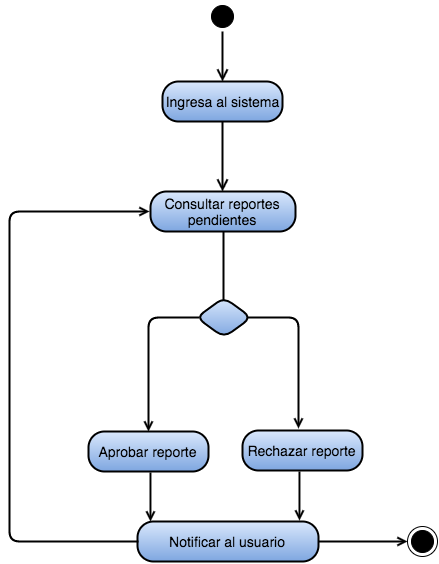
The draw.io diagram imagenes/actividades_revisar_reporte.png in susana1710/libro-pasantia, before a commit. Source tidied: cells renumbered, new cells last; positions are measured from the earlier drawing's top-left corner, leaving out a move shared by most shapes. Its diagram source:
```xml
<mxGraphModel background="#ffffff">
  <root>
    <mxCell id="0" />
    <mxCell id="1" parent="0" />
    <mxCell id="2" style="ellipse;html=1;shape=startState;fillColor=#000000;strokeColor=#000000;rounded=1;shadow=0;glass=0;comic=0;fontSize=14;" parent="1" vertex="1">
      <mxGeometry x="198" width="30" height="30" as="geometry" />
    </mxCell>
    <mxCell id="3" style="edgeStyle=orthogonalEdgeStyle;html=1;verticalAlign=bottom;endArrow=open;endSize=8;strokeColor=#000000;fontSize=14;strokeWidth=2;" parent="1" edge="1" source="2">
      <mxGeometry x="285" y="40" as="geometry">
        <mxPoint x="213" y="80" as="targetPoint" />
      </mxGeometry>
    </mxCell>
    <mxCell id="4" value="Ingresa al sistema" style="rounded=1;whiteSpace=wrap;html=1;arcSize=40;shadow=0;glass=0;comic=0;fontSize=14;strokeWidth=2;plain-blue;strokeColor=#000000;" parent="1" vertex="1">
      <mxGeometry x="153" y="80" width="120" height="40" as="geometry" />
    </mxCell>
    <mxCell id="5" style="edgeStyle=orthogonalEdgeStyle;html=1;verticalAlign=bottom;endArrow=open;endSize=8;strokeColor=#000000;fontSize=14;strokeWidth=2;" parent="1" edge="1" source="4">
      <mxGeometry x="285" y="140" as="geometry">
        <mxPoint x="213" y="190" as="targetPoint" />
      </mxGeometry>
    </mxCell>
    <mxCell id="6" value="Consultar reportes pendientes" style="rounded=1;whiteSpace=wrap;html=1;arcSize=40;shadow=0;glass=0;comic=0;fontSize=14;strokeWidth=2;plain-blue;strokeColor=#000000;" parent="1" vertex="1">
      <mxGeometry x="141" y="190" width="145" height="40" as="geometry" />
    </mxCell>
    <mxCell id="7" style="edgeStyle=orthogonalEdgeStyle;html=1;verticalAlign=bottom;endArrow=none;endSize=8;strokeColor=#000000;fontSize=14;strokeWidth=2;endFill=0;entryX=0.5;entryY=0;" parent="1" edge="1">
      <mxGeometry x="273" y="250" as="geometry">
        <mxPoint x="214" y="230" as="sourcePoint" />
        <mxPoint x="214" y="299" as="targetPoint" />
      </mxGeometry>
    </mxCell>
    <mxCell id="8" style="rhombus;whiteSpace=wrap;html=1;rounded=1;shadow=0;glass=0;comic=0;strokeWidth=2;fontSize=14;plain-blue;strokeColor=#000000;" parent="1" vertex="1">
      <mxGeometry x="187" y="296" width="55" height="40" as="geometry" />
    </mxCell>
    <mxCell id="9" style="endArrow=open;html=1;strokeColor=#000000;strokeWidth=2;fontSize=14;endFill=0;" parent="1" edge="1">
      <mxGeometry x="310" y="336" as="geometry">
        <mxPoint x="238" y="316" as="sourcePoint" />
        <mxPoint x="289" y="427" as="targetPoint" />
        <Array as="points">
          <mxPoint x="289" y="316" />
        </Array>
      </mxGeometry>
    </mxCell>
    <mxCell id="10" value="Rechazar reporte" style="rounded=1;whiteSpace=wrap;html=1;arcSize=40;shadow=0;glass=0;comic=0;fontSize=14;strokeWidth=2;plain-blue;strokeColor=#000000;" parent="1" vertex="1">
      <mxGeometry x="233" y="429" width="120" height="40" as="geometry" />
    </mxCell>
    <mxCell id="11" style="ellipse;html=1;shape=endState;fillColor=#000000;strokeColor=#000000;rounded=1;shadow=0;glass=0;comic=0;fontSize=14;" parent="1" vertex="1">
      <mxGeometry x="398" y="525" width="30" height="30" as="geometry" />
    </mxCell>
    <mxCell id="12" style="endArrow=open;html=1;strokeColor=#000000;strokeWidth=2;fontSize=14;exitX=0;exitY=0.5;entryX=0.5;entryY=0;endFill=0;" parent="1" edge="1" target="13">
      <mxGeometry relative="1" as="geometry">
        <mxPoint x="190" y="316" as="sourcePoint" />
        <Array as="points">
          <mxPoint x="139" y="316" />
          <mxPoint x="139" y="380" />
        </Array>
      </mxGeometry>
    </mxCell>
    <mxCell id="13" value="Aprobar reporte" style="rounded=1;whiteSpace=wrap;html=1;arcSize=40;shadow=0;glass=0;comic=0;fontSize=14;strokeWidth=2;plain-blue;strokeColor=#000000;" parent="1" vertex="1">
      <mxGeometry x="79" y="430" width="120" height="40" as="geometry" />
    </mxCell>
    <mxCell id="14" style="endArrow=open;html=1;strokeColor=#000000;strokeWidth=2;fontSize=14;exitX=0.433;exitY=1.025;exitPerimeter=0;endFill=0;" parent="1" edge="1">
      <mxGeometry relative="1" as="geometry">
        <mxPoint x="141" y="471" as="sourcePoint" />
        <mxPoint x="141" y="520" as="targetPoint" />
      </mxGeometry>
    </mxCell>
    <mxCell id="15" style="endArrow=open;html=1;strokeColor=#000000;strokeWidth=2;fontSize=14;exitX=0.433;exitY=1.025;exitPerimeter=0;endFill=0;" parent="1" edge="1">
      <mxGeometry x="362" y="490" as="geometry">
        <mxPoint x="290" y="470" as="sourcePoint" />
        <mxPoint x="290" y="519" as="targetPoint" />
      </mxGeometry>
    </mxCell>
    <mxCell id="16" value="Notificar al usuario" style="rounded=1;whiteSpace=wrap;html=1;arcSize=40;shadow=0;glass=0;comic=0;fontSize=14;strokeWidth=2;plain-blue;strokeColor=#000000;" parent="1" vertex="1">
      <mxGeometry x="128" y="520" width="181" height="40" as="geometry" />
    </mxCell>
    <mxCell id="17" style="endArrow=open;html=1;strokeColor=#000000;strokeWidth=2;fontSize=14;exitX=1;exitY=0.5;entryX=0;entryY=0.5;endFill=0;" parent="1" edge="1" source="16" target="11">
      <mxGeometry relative="1" as="geometry" />
    </mxCell>
    <mxCell id="18" style="endArrow=open;html=1;strokeColor=#000000;strokeWidth=2;fontSize=14;exitX=0;exitY=0.5;endFill=0;" parent="1" edge="1">
      <mxGeometry relative="1" as="geometry">
        <mxPoint x="129" y="540" as="sourcePoint" />
        <mxPoint x="140" y="210" as="targetPoint" />
        <Array as="points">
          <mxPoint y="540" />
          <mxPoint y="210" />
        </Array>
      </mxGeometry>
    </mxCell>
  </root>
</mxGraphModel>
```
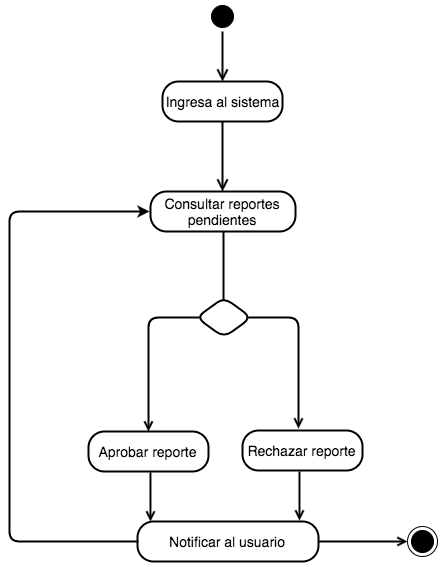
Later version of the same file.

What changed in the source:
```diff
@@ -10,7 +10,7 @@
         <mxPoint x="213" y="80" as="targetPoint" />
       </mxGeometry>
     </mxCell>
-    <mxCell id="4" value="Ingresa al sistema" style="rounded=1;whiteSpace=wrap;html=1;arcSize=40;shadow=0;glass=0;comic=0;fontSize=14;strokeWidth=2;plain-blue;strokeColor=#000000;" parent="1" vertex="1">
+    <mxCell id="4" value="Ingresa al sistema" style="rounded=1;whiteSpace=wrap;html=1;arcSize=40;fillColor=#ffffff;strokeColor=#000000;shadow=0;glass=0;comic=0;fontSize=14;strokeWidth=2;" parent="1" vertex="1">
       <mxGeometry x="153" y="80" width="120" height="40" as="geometry" />
     </mxCell>
     <mxCell id="5" style="edgeStyle=orthogonalEdgeStyle;html=1;verticalAlign=bottom;endArrow=open;endSize=8;strokeColor=#000000;fontSize=14;strokeWidth=2;" parent="1" edge="1" source="4">
@@ -18,7 +18,7 @@
         <mxPoint x="213" y="190" as="targetPoint" />
       </mxGeometry>
     </mxCell>
-    <mxCell id="6" value="Consultar reportes pendientes" style="rounded=1;whiteSpace=wrap;html=1;arcSize=40;shadow=0;glass=0;comic=0;fontSize=14;strokeWidth=2;plain-blue;strokeColor=#000000;" parent="1" vertex="1">
+    <mxCell id="6" value="Consultar reportes pendientes" style="rounded=1;whiteSpace=wrap;html=1;arcSize=40;fillColor=#ffffff;strokeColor=#000000;shadow=0;glass=0;comic=0;fontSize=14;strokeWidth=2;" parent="1" vertex="1">
       <mxGeometry x="141" y="190" width="145" height="40" as="geometry" />
     </mxCell>
     <mxCell id="7" style="edgeStyle=orthogonalEdgeStyle;html=1;verticalAlign=bottom;endArrow=none;endSize=8;strokeColor=#000000;fontSize=14;strokeWidth=2;endFill=0;entryX=0.5;entryY=0;" parent="1" edge="1">
@@ -27,7 +27,7 @@
         <mxPoint x="214" y="299" as="targetPoint" />
       </mxGeometry>
     </mxCell>
-    <mxCell id="8" style="rhombus;whiteSpace=wrap;html=1;rounded=1;shadow=0;glass=0;comic=0;strokeWidth=2;fontSize=14;plain-blue;strokeColor=#000000;" parent="1" vertex="1">
+    <mxCell id="8" style="rhombus;whiteSpace=wrap;html=1;rounded=1;shadow=0;glass=0;comic=0;strokeColor=#000000;strokeWidth=2;fillColor=none;fontSize=14;" parent="1" vertex="1">
       <mxGeometry x="187" y="296" width="55" height="40" as="geometry" />
     </mxCell>
     <mxCell id="9" style="endArrow=open;html=1;strokeColor=#000000;strokeWidth=2;fontSize=14;endFill=0;" parent="1" edge="1">
@@ -39,7 +39,7 @@
         </Array>
       </mxGeometry>
     </mxCell>
-    <mxCell id="10" value="Rechazar reporte" style="rounded=1;whiteSpace=wrap;html=1;arcSize=40;shadow=0;glass=0;comic=0;fontSize=14;strokeWidth=2;plain-blue;strokeColor=#000000;" parent="1" vertex="1">
+    <mxCell id="10" value="Rechazar reporte" style="rounded=1;whiteSpace=wrap;html=1;arcSize=40;fillColor=#ffffff;strokeColor=#000000;shadow=0;glass=0;comic=0;fontSize=14;strokeWidth=2;" parent="1" vertex="1">
       <mxGeometry x="233" y="429" width="120" height="40" as="geometry" />
     </mxCell>
     <mxCell id="11" style="ellipse;html=1;shape=endState;fillColor=#000000;strokeColor=#000000;rounded=1;shadow=0;glass=0;comic=0;fontSize=14;" parent="1" vertex="1">
@@ -54,7 +54,7 @@
         </Array>
       </mxGeometry>
     </mxCell>
-    <mxCell id="13" value="Aprobar reporte" style="rounded=1;whiteSpace=wrap;html=1;arcSize=40;shadow=0;glass=0;comic=0;fontSize=14;strokeWidth=2;plain-blue;strokeColor=#000000;" parent="1" vertex="1">
+    <mxCell id="13" value="Aprobar reporte" style="rounded=1;whiteSpace=wrap;html=1;arcSize=40;fillColor=#ffffff;strokeColor=#000000;shadow=0;glass=0;comic=0;fontSize=14;strokeWidth=2;" parent="1" vertex="1">
       <mxGeometry x="79" y="430" width="120" height="40" as="geometry" />
     </mxCell>
     <mxCell id="14" style="endArrow=open;html=1;strokeColor=#000000;strokeWidth=2;fontSize=14;exitX=0.433;exitY=1.025;exitPerimeter=0;endFill=0;" parent="1" edge="1">
@@ -69,13 +69,13 @@
         <mxPoint x="290" y="519" as="targetPoint" />
       </mxGeometry>
     </mxCell>
-    <mxCell id="16" value="Notificar al usuario" style="rounded=1;whiteSpace=wrap;html=1;arcSize=40;shadow=0;glass=0;comic=0;fontSize=14;strokeWidth=2;plain-blue;strokeColor=#000000;" parent="1" vertex="1">
+    <mxCell id="16" value="Notificar al usuario" style="rounded=1;whiteSpace=wrap;html=1;arcSize=40;fillColor=#ffffff;strokeColor=#000000;shadow=0;glass=0;comic=0;fontSize=14;strokeWidth=2;" parent="1" vertex="1">
       <mxGeometry x="128" y="520" width="181" height="40" as="geometry" />
     </mxCell>
     <mxCell id="17" style="endArrow=open;html=1;strokeColor=#000000;strokeWidth=2;fontSize=14;exitX=1;exitY=0.5;entryX=0;entryY=0.5;endFill=0;" parent="1" edge="1" source="16" target="11">
       <mxGeometry relative="1" as="geometry" />
     </mxCell>
-    <mxCell id="18" style="endArrow=open;html=1;strokeColor=#000000;strokeWidth=2;fontSize=14;exitX=0;exitY=0.5;endFill=0;" parent="1" edge="1">
+    <mxCell id="18" style="endArrow=classic;html=1;strokeColor=#000000;strokeWidth=2;fontSize=14;exitX=0;exitY=0.5;" parent="1" edge="1">
       <mxGeometry relative="1" as="geometry">
         <mxPoint x="129" y="540" as="sourcePoint" />
         <mxPoint x="140" y="210" as="targetPoint" />
```
